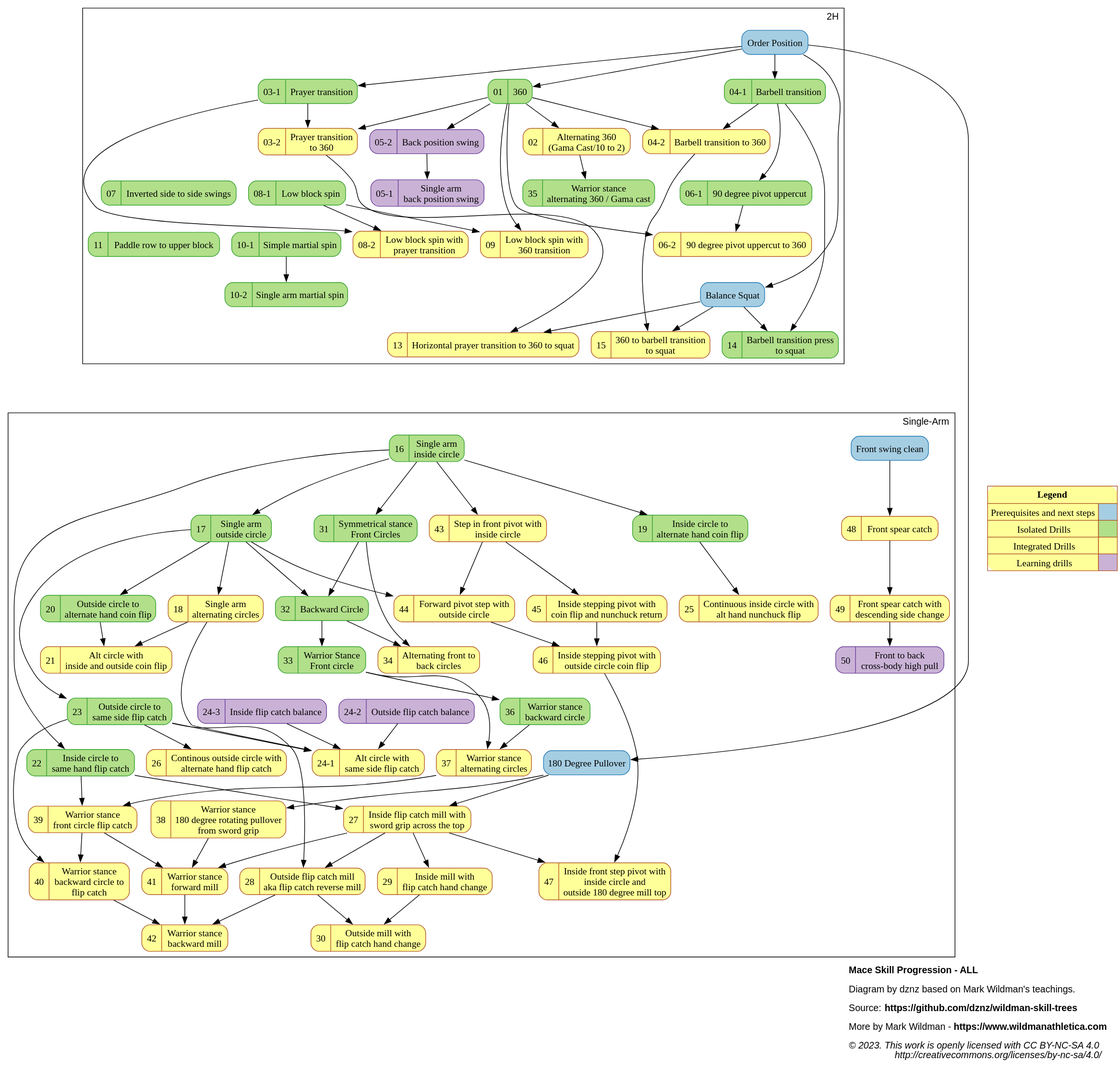
Earlier version of the PlantUML export dist/mace_progression_ALL.svg (dznz/wildman-skill-trees). Its source is kept beside it as src/mace/mace_progression_ALL.puml.
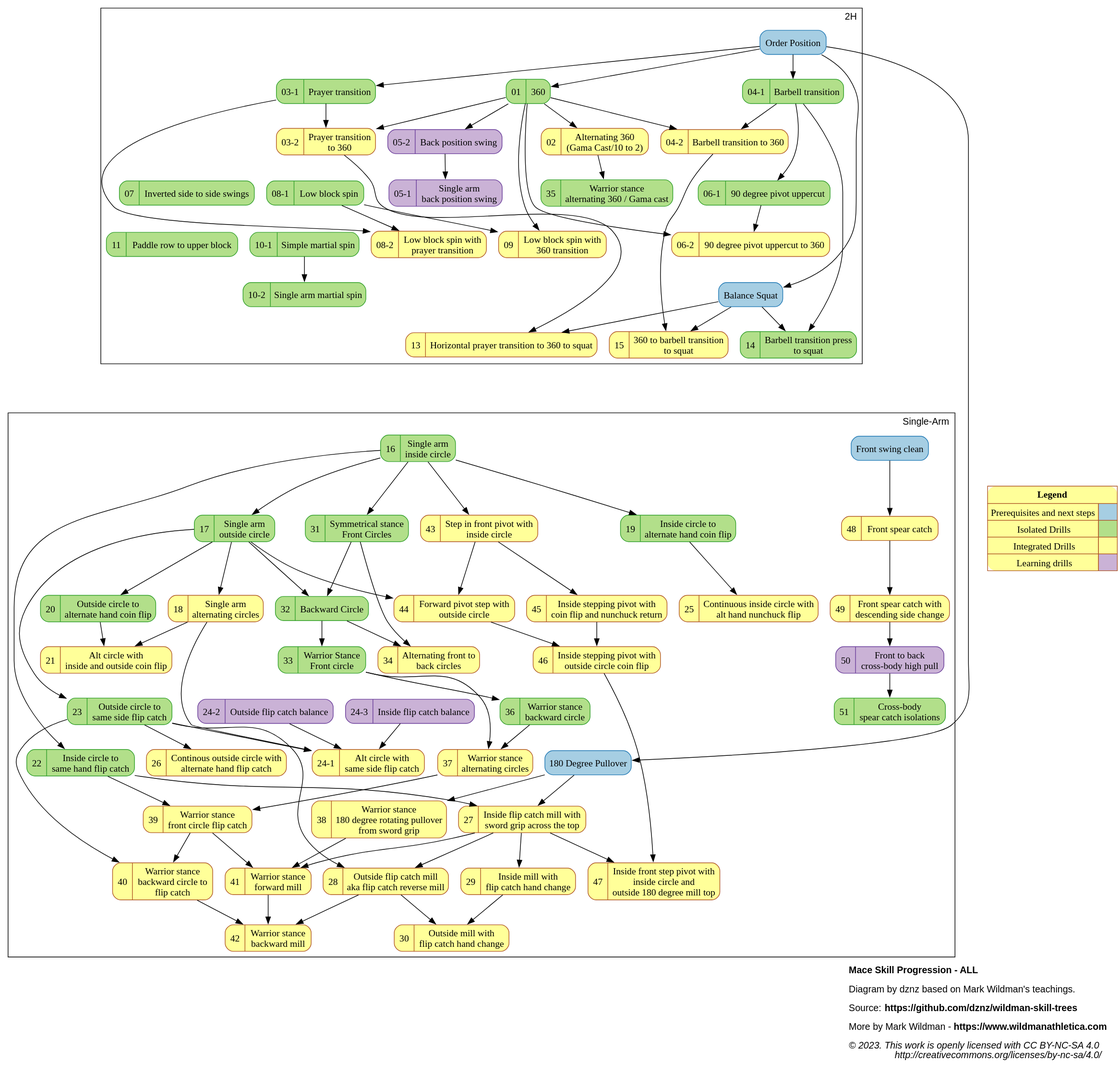
Later version of the same file.

Commit message:
feat(mace_progression): add M-51

The edit, as a diff of the source:
```diff
@@ -38,7 +38,7 @@
   subgraph isolated {
     node [color=4, fillcolor=3]
     mov_01_360, mov_031_prayer, mov_041_barbell, mov_061_uppercut, mov_07_invs2sswing, mov_081_lowblockspin, mov_101_martialspin, mov_102_samartialspin, mov_14_barpress2sq,mov_35_waralt360
-    mov_051_sabackswing, mov_052_backswing, mov_11_paddlerow2upblock, mov_16_saincircle, mov_17_saoutcircle, mov_19_incircle2altcoin, mov_20_outcircle2altcoin, mov_22_incircle2sameflip, mov_23_outcircle2sameflip, mov_242_outflip, mov_243_inflip, mov_31_frcircle, mov_32_bkcircle, mov_33_warfrcircle, mov_36_warbkcircle
+    mov_051_sabackswing, mov_052_backswing, mov_11_paddlerow2upblock, mov_16_saincircle, mov_17_saoutcircle, mov_19_incircle2altcoin, mov_20_outcircle2altcoin, mov_22_incircle2sameflip, mov_23_outcircle2sameflip, mov_242_outflip, mov_243_inflip, mov_31_frcircle, mov_32_bkcircle, mov_33_warfrcircle, mov_36_warbkcircle, mov_51_xbodspear
   }
 
 mov_01_360                    [label="{{01  |360}}"                                  URL="https://www.youtube.com/watch?v=TyZ8iYv6Ip0" ]
@@ -103,6 +103,7 @@
 mov_48_frspear                 [label="{{48  |Front spear catch}}"                                                            URL="https://www.youtube.com/watch?v=hwQlmjHQsrg" ];
 mov_49_frspearwchange          [label="{{49  |Front spear catch with\ndescending side change}}"                               URL="https://www.youtube.com/watch?v=xzPiZZV2K4E" ];
 mov_50_f2bxbodhipull           [label="{{50  |Front to back\ncross-body high pull}}"                                          URL="https://www.youtube.com/watch?v=AoUxg7QE-xU" ];
+mov_51_xbodspear               [label="{{51  |Cross-body\nspear catch isolations}}"                                            URL="https://www.youtube.com/watch?v=VkwN58PBBSs" ];
 
 
 
@@ -177,7 +178,10 @@
       mov_45_sifpivotwflip -> mov_46_sifpivotwoutcircleflip
       mov_46_sifpivotwoutcircleflip -> mov_47_sifpivotwincircleout180
     }
-    ext_frswingclean -> mov_48_frspear -> mov_49_frspearwchange -> mov_50_f2bxbodhipull
+    subgraph custer_spear {
+      label="Spear catch"
+      ext_frswingclean -> mov_48_frspear -> mov_49_frspearwchange -> mov_50_f2bxbodhipull -> mov_51_xbodspear
+    }
     {rank=same;mov_23_outcircle2sameflip;mov_36_warbkcircle}
   }
 
```
